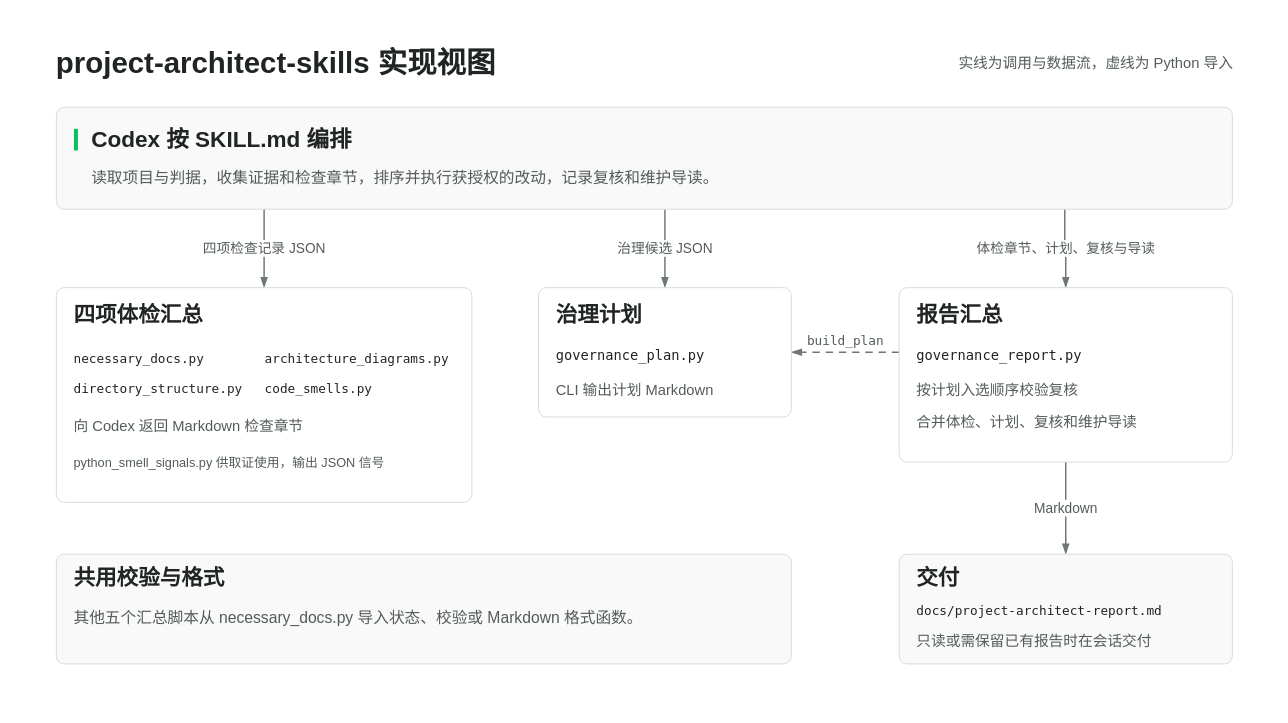
The draw.io diagram docs/diagrams/implementation-architecture.drawio in cabbage2000-lab/project-architect-skills, before the edit. Source tidied: cells renumbered, new cells numbered last; positions are measured from the earlier drawing's top-left corner, leaving out a move shared by most shapes. Both pictures are drawn from the tidied source at 98%, with x=0, y=0 at pixel (17, 17).
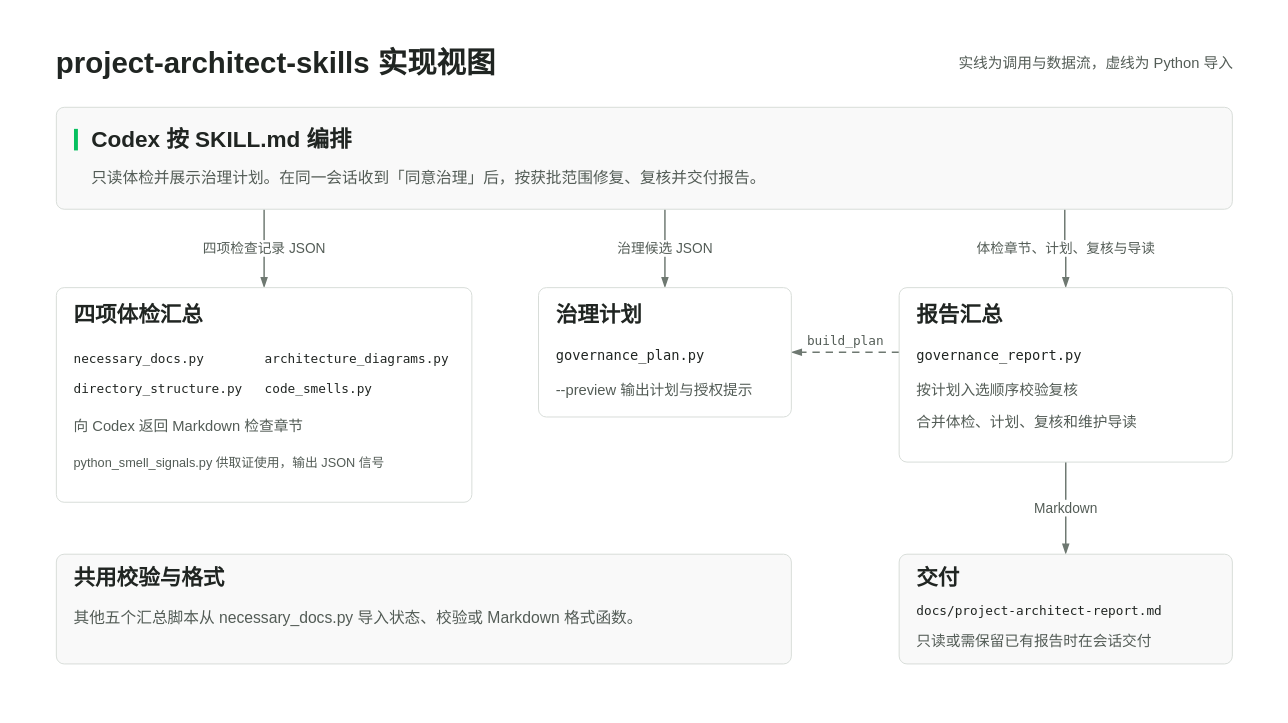
Above is the later version.

Unchanged cells that the change refers to:
```xml
<mxCell id="10" style="rounded=1;absoluteArcSize=1;arcSize=16;strokeWidth=1;html=1;fillColor=#F9F9F9;strokeColor=#D8DDD9;" parent="2" vertex="1">
  <mxGeometry x="40" y="92" width="1200" height="104" as="geometry" />
</mxCell>
<mxCell id="22" style="rounded=1;absoluteArcSize=1;arcSize=16;strokeWidth=1;html=1;fillColor=#FFFFFF;strokeColor=#D8DDD9;" parent="2" vertex="1">
  <mxGeometry x="532" y="276" width="258" height="132" as="geometry" />
</mxCell>
```

Diff of the diagram source:
```diff
@@
-    <mxCell id="13" value="读取项目与判据，收集证据和检查章节，排序并执行获授权的改动，记录复核和维护导读。" style="text;html=1;whiteSpace=nowrap;fillColor=none;strokeColor=none;verticalAlign=middle;spacing=0;fontFamily=PingFang SC;fontSize=16;fontStyle=0;fontColor=#535C56;align=left;" parent="10" vertex="1">
+    <mxCell id="13" value="只读体检并展示治理计划。在同一会话收到「同意治理」后，按获批范围修复、复核并交付报告。" style="text;html=1;whiteSpace=nowrap;fillColor=none;strokeColor=none;verticalAlign=middle;spacing=0;fontFamily=PingFang SC;fontSize=16;fontStyle=0;fontColor=#535C56;align=left;" parent="10" vertex="1">
       <mxGeometry x="36" y="59" width="1140" height="26" as="geometry" />
     </mxCell>
@@
-    <mxCell id="25" value="CLI 输出计划 Markdown" style="text;html=1;whiteSpace=nowrap;fillColor=none;strokeColor=none;verticalAlign=middle;spacing=0;fontFamily=PingFang SC;fontSize=15;fontStyle=0;fontColor=#535C56;align=left;" parent="22" vertex="1">
+    <mxCell id="25" value="--preview 输出计划与授权提示" style="text;html=1;whiteSpace=nowrap;fillColor=none;strokeColor=none;verticalAlign=middle;spacing=0;fontFamily=PingFang SC;fontSize=15;fontStyle=0;fontColor=#535C56;align=left;" parent="22" vertex="1">
       <mxGeometry x="18" y="92" width="222" height="23" as="geometry" />
     </mxCell>
```
